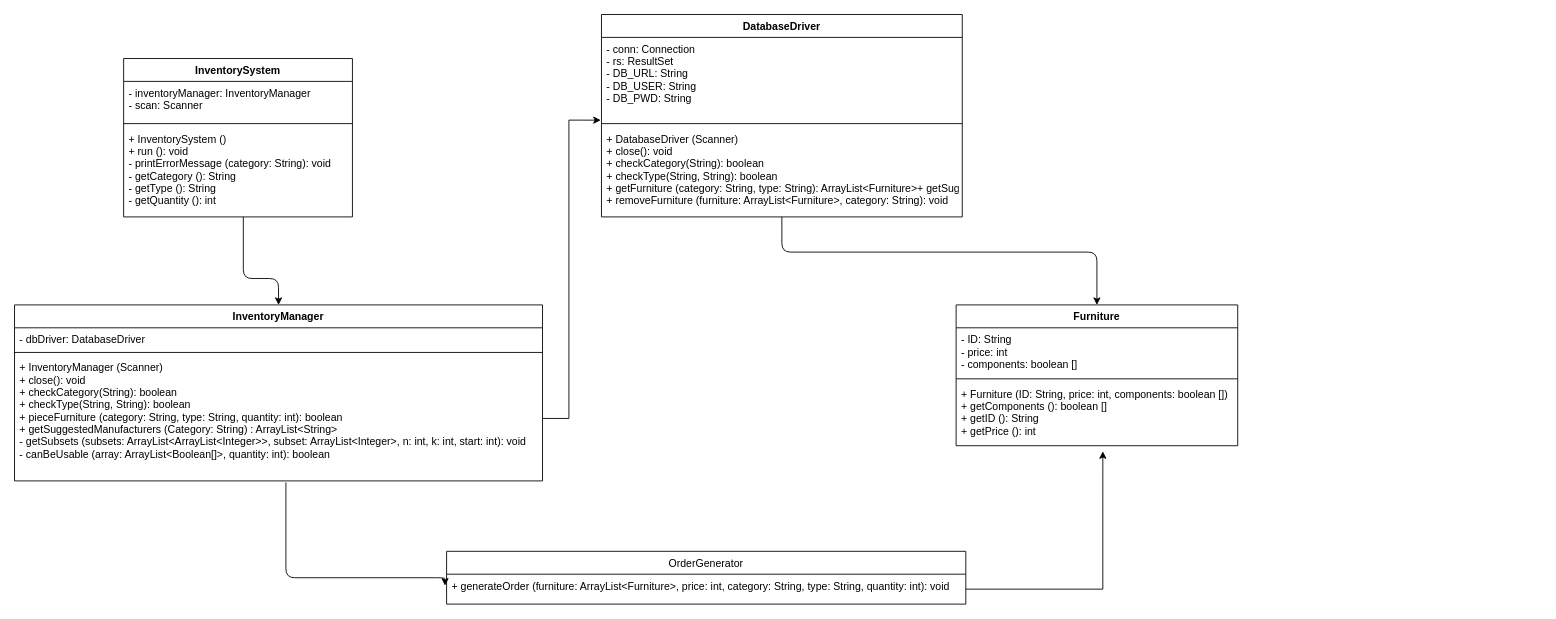
Above: Untitled Diagram.drawio in mtagg/409ProjectG16 (draw.io), before the change. Source tidied: cells renumbered, new cells numbered last; positions are measured from the earlier drawing's top-left corner, leaving out a move shared by most shapes. Both pictures are drawn from the tidied source at 88%, with x=0, y=0 at pixel (14, 14).
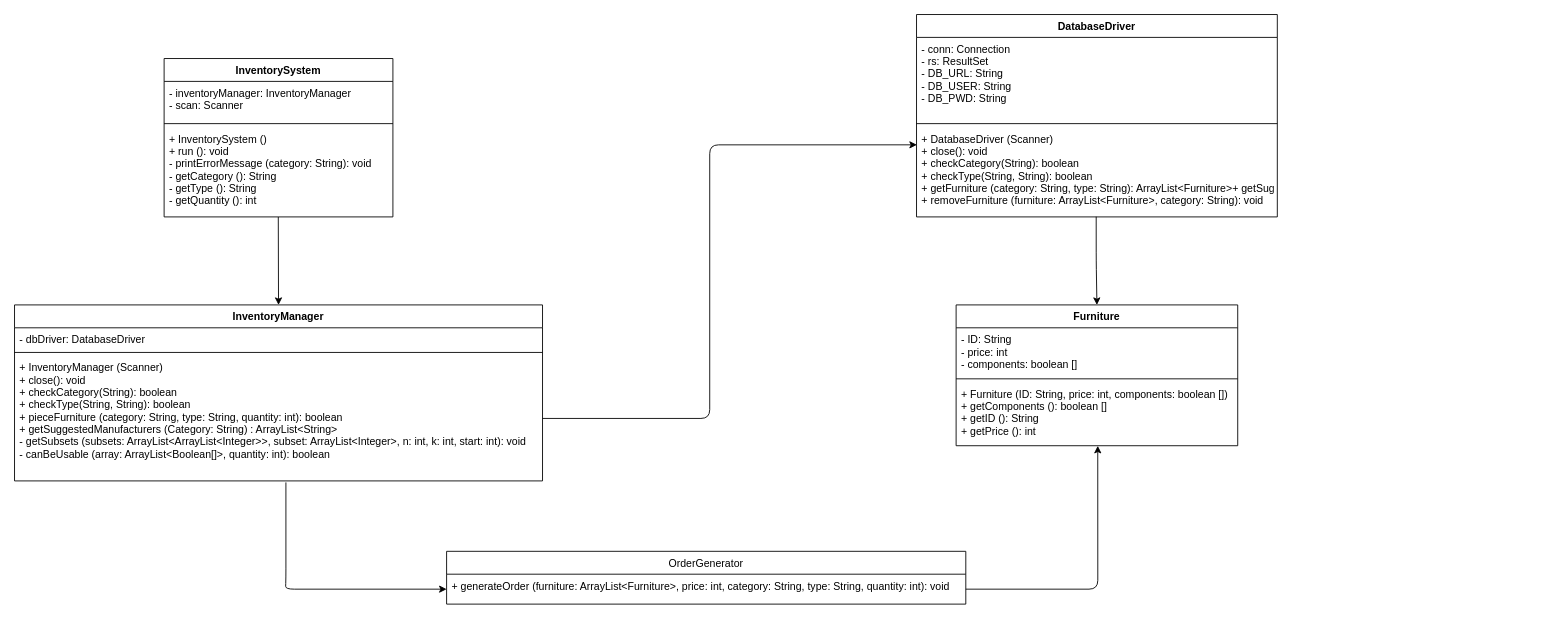
Above is the later version.

The change refers to these unchanged cells:
```xml
<mxCell id="2" value="Furniture" style="swimlane;fontStyle=1;align=center;verticalAlign=top;horizontal=1;startSize=26;" parent="1" vertex="1">
  <mxGeometry x="1070" y="330" width="320" height="160" as="geometry" />
</mxCell>
<mxCell id="5" value="+ Furniture (ID: String, price: int, components: boolean [])&#10;+ getComponents (): boolean []&#10;+ getID (): String&#10;+ getPrice (): int&#10;&#10;" style="text;strokeColor=none;fillColor=none;align=left;verticalAlign=top;spacingLeft=4;spacingRight=4;overflow=hidden;points=[[0,0.5],[1,0.5]];portConstraint=eastwest;" parent="2" vertex="1">
  <mxGeometry y="88" width="320" height="72" as="geometry" />
</mxCell>
<mxCell id="9" value="+ DatabaseDriver (Scanner)&#10;+ close(): void&#10;+ checkCategory(String): boolean&#10;+ checkType(String, String): boolean&#10;+ getFurniture (category: String, type: String): ArrayList&lt;Furniture&gt;+ getSuggestedManufactures (category: String): ArrayList&lt;String&gt;&#10;+ removeFurniture (furniture: ArrayList&lt;Furniture&gt;, category: String): void&#10;" style="text;strokeColor=none;fillColor=none;align=left;verticalAlign=top;spacingLeft=4;spacingRight=4;overflow=hidden;points=[[0,0.5],[1,0.5]];portConstraint=eastwest;" parent="6" vertex="1">
  <mxGeometry y="128" width="410" height="102" as="geometry" />
</mxCell>
<mxCell id="11" value="+ generateOrder (furniture: ArrayList&lt;Furniture&gt;, price: int, category: String, type: String, quantity: int): void" style="text;strokeColor=none;fillColor=none;align=left;verticalAlign=top;spacingLeft=4;spacingRight=4;overflow=hidden;points=[[0,0.5],[1,0.5]];portConstraint=eastwest;" parent="10" vertex="1">
  <mxGeometry y="26" width="590" height="34" as="geometry" />
</mxCell>
<mxCell id="15" value="+ InventorySystem ()&#10;+ run (): void&#10;- printErrorMessage (category: String): void&#10;- getCategory (): String&#10;- getType (): String&#10;- getQuantity (): int&#10;" style="text;strokeColor=none;fillColor=none;align=left;verticalAlign=top;spacingLeft=4;spacingRight=4;overflow=hidden;points=[[0,0.5],[1,0.5]];portConstraint=eastwest;" parent="12" vertex="1">
  <mxGeometry y="78" width="260" height="102" as="geometry" />
</mxCell>
<mxCell id="16" value="InventoryManager" style="swimlane;fontStyle=1;align=center;verticalAlign=top;horizontal=1;startSize=26;" parent="1" vertex="1">
  <mxGeometry y="330" width="600" height="200" as="geometry" />
</mxCell>
<mxCell id="19" value="+ InventoryManager (Scanner)&#10;+ close(): void&#10;+ checkCategory(String): boolean&#10;+ checkType(String, String): boolean&#10;+ pieceFurniture (category: String, type: String, quantity: int): boolean&#10;+ getSuggestedManufacturers (Category: String) : ArrayList&lt;String&gt;&#10;- getSubsets (subsets: ArrayList&lt;ArrayList&lt;Integer&gt;&gt;, subset: ArrayList&lt;Integer&gt;, n: int, k: int, start: int): void&#10;- canBeUsable (array: ArrayList&lt;Boolean[]&gt;, quantity: int): boolean&#10;&#10;&#10;" style="text;strokeColor=none;fillColor=none;align=left;verticalAlign=top;spacingLeft=4;spacingRight=4;overflow=hidden;points=[[0,0.5],[1,0.5]];portConstraint=eastwest;" parent="16" vertex="1">
  <mxGeometry y="58" width="600" height="142" as="geometry" />
</mxCell>
```

Diff of the diagram source:
```diff
@@
     <mxCell id="6" value="DatabaseDriver" style="swimlane;fontStyle=1;align=center;verticalAlign=top;horizontal=1;startSize=26;" parent="1" vertex="1">
-      <mxGeometry x="667" width="410" height="230" as="geometry" />
+      <mxGeometry x="1025" width="410" height="230" as="geometry" />
     </mxCell>
@@
     <mxCell id="12" value="InventorySystem" style="swimlane;fontStyle=1;align=center;verticalAlign=top;horizontal=1;startSize=26;" parent="1" vertex="1">
-      <mxGeometry x="124" y="50" width="260" height="180" as="geometry" />
+      <mxGeometry x="170" y="50" width="260" height="180" as="geometry" />
     </mxCell>
@@
-    <mxCell id="20" style="edgeStyle=orthogonalEdgeStyle;rounded=1;jettySize=auto;html=1;entryX=0.5;entryY=0;entryDx=0;entryDy=0;" parent="1" edge="1" source="15" target="16">
+    <mxCell id="20" style="edgeStyle=orthogonalEdgeStyle;rounded=1;jettySize=auto;html=1;entryX=0.5;entryY=0;entryDx=0;entryDy=0;exitX=0.499;exitY=1.001;exitDx=0;exitDy=0;exitPerimeter=0;" parent="1" edge="1" source="15" target="16">
       <mxGeometry relative="1" as="geometry">
         <Array as="points">
-          <mxPoint x="260" y="300" />
-          <mxPoint x="300" y="300" />
+          <mxPoint x="300" y="230" />
         </Array>
       </mxGeometry>
     </mxCell>
-    <mxCell id="21" style="edgeStyle=orthogonalEdgeStyle;rounded=0;jettySize=auto;html=1;entryX=0.521;entryY=1.088;entryDx=0;entryDy=0;entryPerimeter=0;" parent="1" edge="1" source="11" target="5">
+    <mxCell id="21" style="edgeStyle=orthogonalEdgeStyle;rounded=1;jettySize=auto;html=1;entryX=0.503;entryY=1.002;entryDx=0;entryDy=0;entryPerimeter=0;" parent="1" edge="1" source="11" target="5">
       <mxGeometry relative="1" as="geometry">
         <Array as="points">
-          <mxPoint x="1237" y="653" />
+          <mxPoint x="1231" y="653" />
         </Array>
       </mxGeometry>
     </mxCell>
-    <mxCell id="22" style="edgeStyle=orthogonalEdgeStyle;rounded=0;jettySize=auto;html=1;entryX=-0.002;entryY=-0.078;entryDx=0;entryDy=0;entryPerimeter=0;" parent="1" edge="1" source="19" target="9">
+    <mxCell id="22" style="edgeStyle=orthogonalEdgeStyle;rounded=1;jettySize=auto;html=1;entryX=0.001;entryY=0.197;entryDx=0;entryDy=0;entryPerimeter=0;" parent="1" edge="1" source="19" target="9">
       <mxGeometry relative="1" as="geometry">
         <Array as="points">
-          <mxPoint x="630" y="459" />
-          <mxPoint x="630" y="120" />
+          <mxPoint x="790" y="459" />
+          <mxPoint x="790" y="148" />
         </Array>
       </mxGeometry>
     </mxCell>
-    <mxCell id="23" style="edgeStyle=orthogonalEdgeStyle;jettySize=auto;html=1;entryX=0.5;entryY=0;entryDx=0;entryDy=0;rounded=1;" parent="1" edge="1" source="9" target="2">
-      <mxGeometry relative="1" as="geometry">
-        <Array as="points">
-          <mxPoint x="872" y="270" />
-          <mxPoint x="1230" y="270" />
-        </Array>
-      </mxGeometry>
+    <mxCell id="23" style="edgeStyle=orthogonalEdgeStyle;jettySize=auto;html=1;entryX=0.5;entryY=0;entryDx=0;entryDy=0;rounded=1;exitX=0.498;exitY=0.998;exitDx=0;exitDy=0;exitPerimeter=0;" parent="1" edge="1" source="9" target="2">
+      <mxGeometry relative="1" as="geometry" />
     </mxCell>
-    <mxCell id="24" style="edgeStyle=orthogonalEdgeStyle;rounded=1;jettySize=auto;html=1;entryX=-0.003;entryY=0.382;entryDx=0;entryDy=0;entryPerimeter=0;exitX=0.514;exitY=1.012;exitDx=0;exitDy=0;exitPerimeter=0;" parent="1" edge="1" source="19" target="11">
+    <mxCell id="24" style="edgeStyle=orthogonalEdgeStyle;rounded=1;jettySize=auto;html=1;exitX=0.514;exitY=1.012;exitDx=0;exitDy=0;exitPerimeter=0;entryX=0;entryY=0.5;entryDx=0;entryDy=0;" parent="1" edge="1" source="19" target="11">
       <mxGeometry relative="1" as="geometry">
         <Array as="points">
           <mxPoint x="308" y="640" />
-          <mxPoint x="489" y="640" />
+          <mxPoint x="308" y="640" />
+          <mxPoint x="308" y="653" />
         </Array>
       </mxGeometry>
     </mxCell>
```
